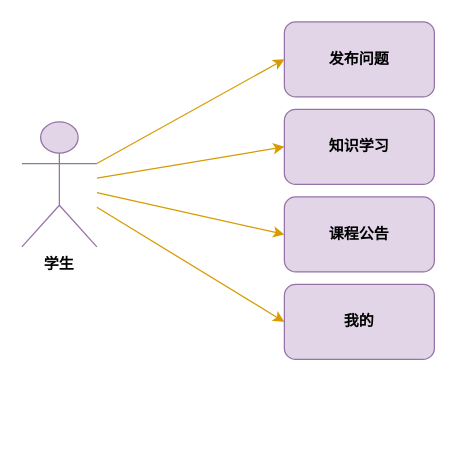
This is 学生用例.drawio from ov0-0vo/1, a draw.io file, before an edit. Source tidied: cells renumbered, new cells numbered last; positions are measured from the earlier drawing's top-left corner, leaving out a move shared by most shapes. Both pictures are drawn from the tidied source at 125%, with x=0, y=0 at pixel (21, 21).
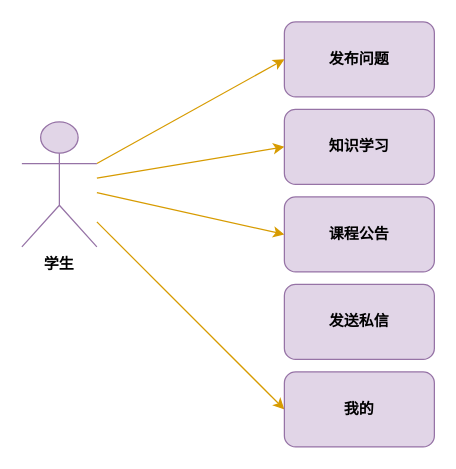
After the change.

Commit message (it also covers changes not shown here):
更新学生用例.drawio

Change to the diagram source:
```diff
@@
 <mxGraphModel>
   <root>
     <mxCell id="0" />
     <mxCell id="1" parent="0" />
     <mxCell id="2" value="发布问题" style="rounded=1;whiteSpace=wrap;html=1;fillColor=#e1d5e7;strokeColor=#9673a6;fontFamily=Times New Roman;fontStyle=1;" parent="1" vertex="1">
       <mxGeometry x="210" width="120" height="60" as="geometry" />
     </mxCell>
     <mxCell id="3" style="rounded=0;jettySize=auto;html=1;entryX=0;entryY=0.5;entryDx=0;entryDy=0;fillColor=#ffe6cc;strokeColor=#D79B00;" parent="1" edge="1" source="7" target="2">
       <mxGeometry relative="1" as="geometry" />
     </mxCell>
     <mxCell id="4" style="edgeStyle=none;shape=connector;rounded=0;jettySize=auto;html=1;entryX=0;entryY=0.5;entryDx=0;entryDy=0;labelBackgroundColor=default;strokeColor=#d79b00;fontFamily=Helvetica;fontSize=12;fontColor=default;endArrow=classic;fillColor=#ffe6cc;" parent="1" edge="1" source="7" target="8">
       <mxGeometry relative="1" as="geometry" />
     </mxCell>
     <mxCell id="5" style="edgeStyle=none;shape=connector;rounded=0;jettySize=auto;html=1;labelBackgroundColor=default;strokeColor=#d79b00;fontFamily=Helvetica;fontSize=12;fontColor=default;endArrow=classic;fillColor=#ffe6cc;entryX=0;entryY=0.5;entryDx=0;entryDy=0;" parent="1" edge="1" source="7" target="9">
       <mxGeometry relative="1" as="geometry" />
     </mxCell>
     <mxCell id="6" style="edgeStyle=none;shape=connector;rounded=0;jettySize=auto;html=1;entryX=0;entryY=0.5;entryDx=0;entryDy=0;labelBackgroundColor=default;strokeColor=#d79b00;fontFamily=Helvetica;fontSize=12;fontColor=default;endArrow=classic;fillColor=#ffe6cc;" parent="1" edge="1" source="7" target="10">
       <mxGeometry relative="1" as="geometry" />
     </mxCell>
     <mxCell id="7" value="学生" style="shape=umlActor;verticalLabelPosition=bottom;verticalAlign=top;outlineConnect=0;labelBackgroundColor=none;fillColor=#e1d5e7;strokeColor=#9673a6;fontStyle=1;strokeWidth=1;" parent="1" vertex="1">
       <mxGeometry y="80" width="60" height="100" as="geometry" />
     </mxCell>
     <mxCell id="8" value="知识学习" style="rounded=1;whiteSpace=wrap;html=1;fillColor=#e1d5e7;strokeColor=#9673a6;fontFamily=Times New Roman;fontStyle=1;" parent="1" vertex="1">
       <mxGeometry x="210" y="70" width="120" height="60" as="geometry" />
     </mxCell>
     <mxCell id="9" value="课程公告" style="rounded=1;whiteSpace=wrap;html=1;fillColor=#e1d5e7;strokeColor=#9673a6;fontFamily=Times New Roman;fontStyle=1;" parent="1" vertex="1">
       <mxGeometry x="210" y="140" width="120" height="60" as="geometry" />
     </mxCell>
     <mxCell id="10" value="我的" style="rounded=1;whiteSpace=wrap;html=1;fillColor=#e1d5e7;strokeColor=#9673a6;fontFamily=Times New Roman;fontStyle=1;" parent="1" vertex="1">
-      <mxGeometry x="210" y="210" width="120" height="60" as="geometry" />
+      <mxGeometry x="210" y="280" width="120" height="60" as="geometry" />
     </mxCell>
+    <mxCell id="11" value="发送私信" style="rounded=1;whiteSpace=wrap;html=1;fillColor=#e1d5e7;strokeColor=#9673a6;fontFamily=Times New Roman;fontStyle=1;" parent="1" vertex="1">
+      <mxGeometry x="210" y="210" width="120" height="60" as="geometry" />
+    </mxCell>
   </root>
 </mxGraphModel>
```
